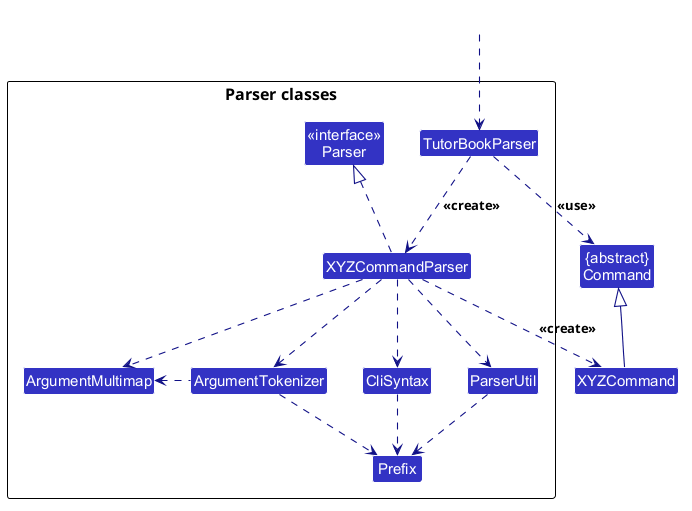
AY2627S1-CS2103T-F13-1/tp keeps this PlantUML diagram as docs/images/ParserClasses.png. Above is the earlier version. The source it was exported from:
```plantuml
@startuml
!include style.puml
skinparam arrowThickness 1.1
skinparam arrowColor LOGIC_COLOR_T4
skinparam classBackgroundColor LOGIC_COLOR

Class "{abstract}\nCommand" as Command
Class XYZCommand

package "Parser classes"{
Class "<<interface>>\nParser" as Parser
Class TutorBookParser
Class XYZCommandParser
Class CliSyntax
Class ParserUtil
Class ArgumentMultimap
Class ArgumentTokenizer
Class Prefix
}

Class HiddenOutside #FFFFFF
HiddenOutside ..> TutorBookParser

TutorBookParser .down.> XYZCommandParser: <<create>>

XYZCommandParser ..> XYZCommand : <<create>>
TutorBookParser ..> Command : <<use>>
XYZCommandParser .up.|> Parser
XYZCommandParser ..> ArgumentMultimap
XYZCommandParser ..> ArgumentTokenizer
ArgumentTokenizer .left.> ArgumentMultimap
XYZCommandParser ..> CliSyntax
CliSyntax ..> Prefix
XYZCommandParser ..> ParserUtil
ParserUtil .down.> Prefix
ArgumentTokenizer .down.> Prefix
XYZCommand -up-|> Command
@enduml
```
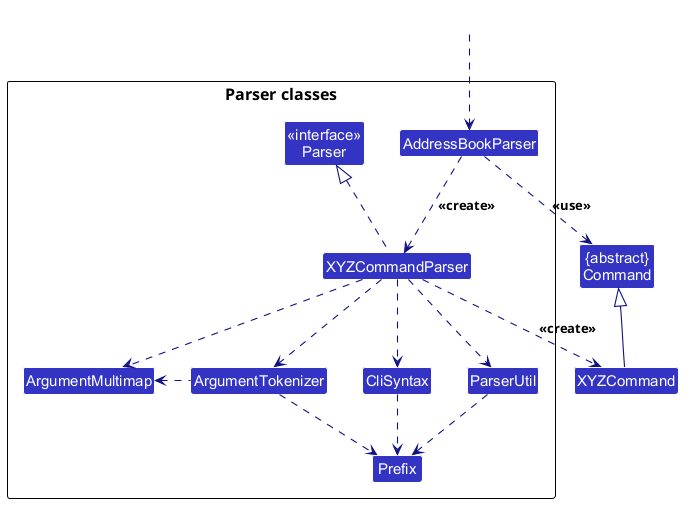
The same diagram one commit later.

Diff of the diagram source:
```diff
@@ -9,7 +9,7 @@
 
 package "Parser classes"{
 Class "<<interface>>\nParser" as Parser
-Class TutorBookParser
+Class AddressBookParser
 Class XYZCommandParser
 Class CliSyntax
 Class ParserUtil
@@ -19,12 +19,12 @@
 }
 
 Class HiddenOutside #FFFFFF
-HiddenOutside ..> TutorBookParser
+HiddenOutside ..> AddressBookParser
 
-TutorBookParser .down.> XYZCommandParser: <<create>>
+AddressBookParser .down.> XYZCommandParser: <<create>>
 
 XYZCommandParser ..> XYZCommand : <<create>>
-TutorBookParser ..> Command : <<use>>
+AddressBookParser ..> Command : <<use>>
 XYZCommandParser .up.|> Parser
 XYZCommandParser ..> ArgumentMultimap
 XYZCommandParser ..> ArgumentTokenizer
```
